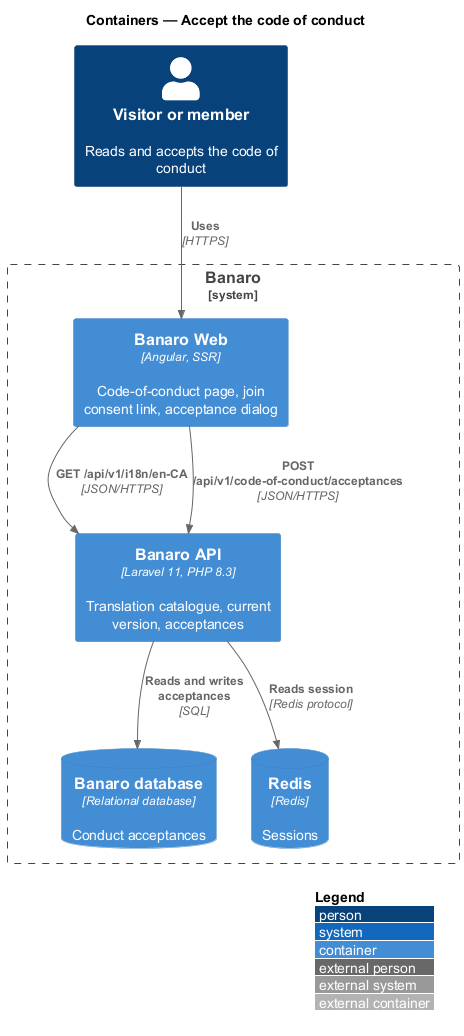
Above: docs/detailed-designs/trust-and-safety/accept-code-of-conduct/diagrams/c4-container.png in QuinntyneBrown/banaro (PlantUML), before the change.
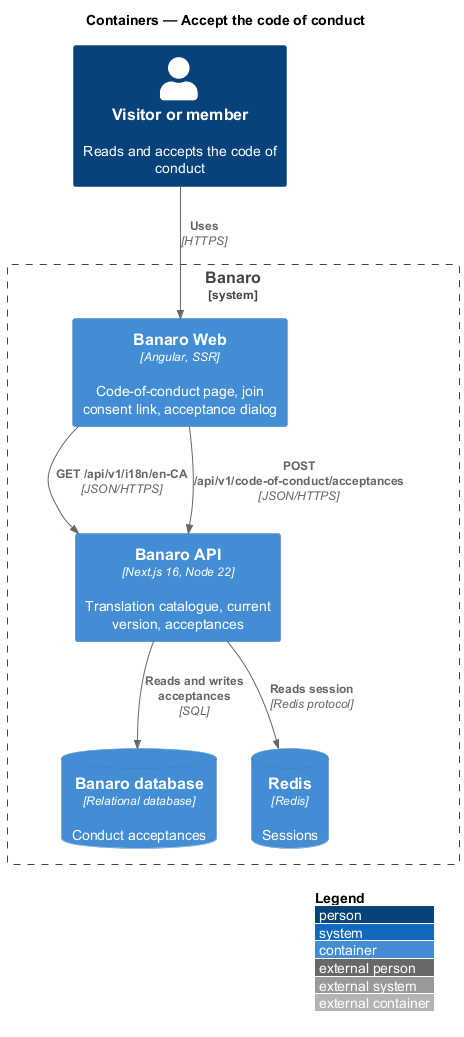
After the commit.

What changed in the source:
```diff
@@ -7,7 +7,7 @@
 
 System_Boundary(banaro, "Banaro") {
   Container(web, "Banaro Web", "Angular, SSR", "Code-of-conduct page, join consent link, acceptance dialog")
-  Container(api, "Banaro API", "Laravel 11, PHP 8.3", "Translation catalogue, current version, acceptances")
+  Container(api, "Banaro API", "Next.js 16, Node 22", "Translation catalogue, current version, acceptances")
   ContainerDb(db, "Banaro database", "Relational database", "Conduct acceptances")
   ContainerDb(redis, "Redis", "Redis", "Sessions")
 }
```
